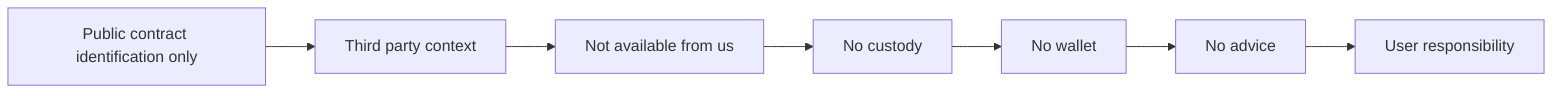
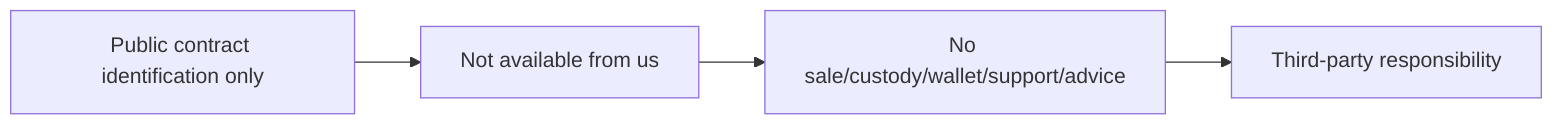
flowchart LR
-   N0["Public contract identification only"] --> N1["Third party context"]
-   N1["Third party context"] --> N2["Not available from us"]
-   N2["Not available from us"] --> N3["No custody"]
-   N3["No custody"] --> N4["No wallet"]
-   N4["No wallet"] --> N5["No advice"]
-   N5["No advice"] --> N6["User responsibility"]
+   N0["Public contract identification only"] --> N1["Not available from us"]
+   N1["Not available from us"] --> N2["No sale/custody/wallet/support/advice"]
+   N2["No sale/custody/wallet/support/advice"] --> N3["Third-party responsibility"]
